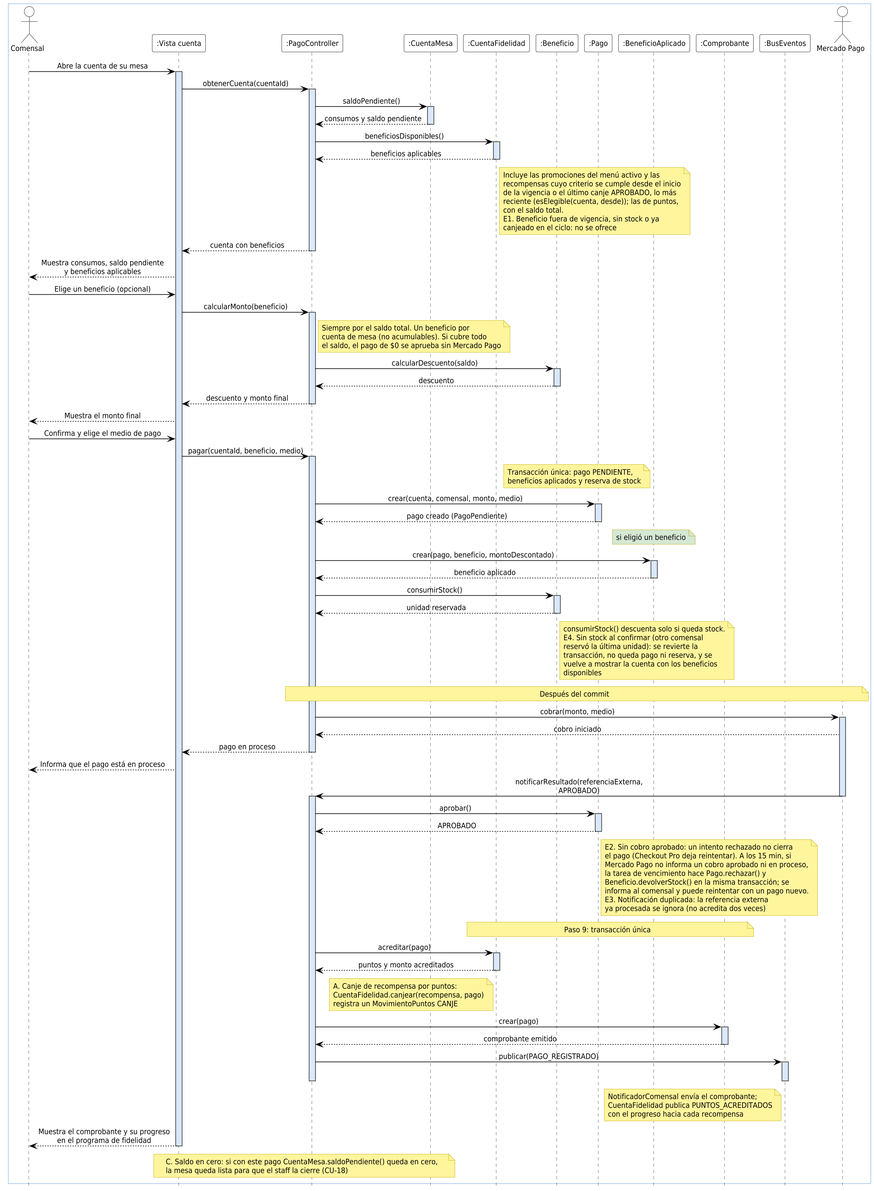
Before: docs/modelos/secuencia/CU-06-pagar-cuenta/v1/cu-06-secuencia-v1.png, a diagram exported from PlantUML (GabrielLigresti/TFG-PGIM).
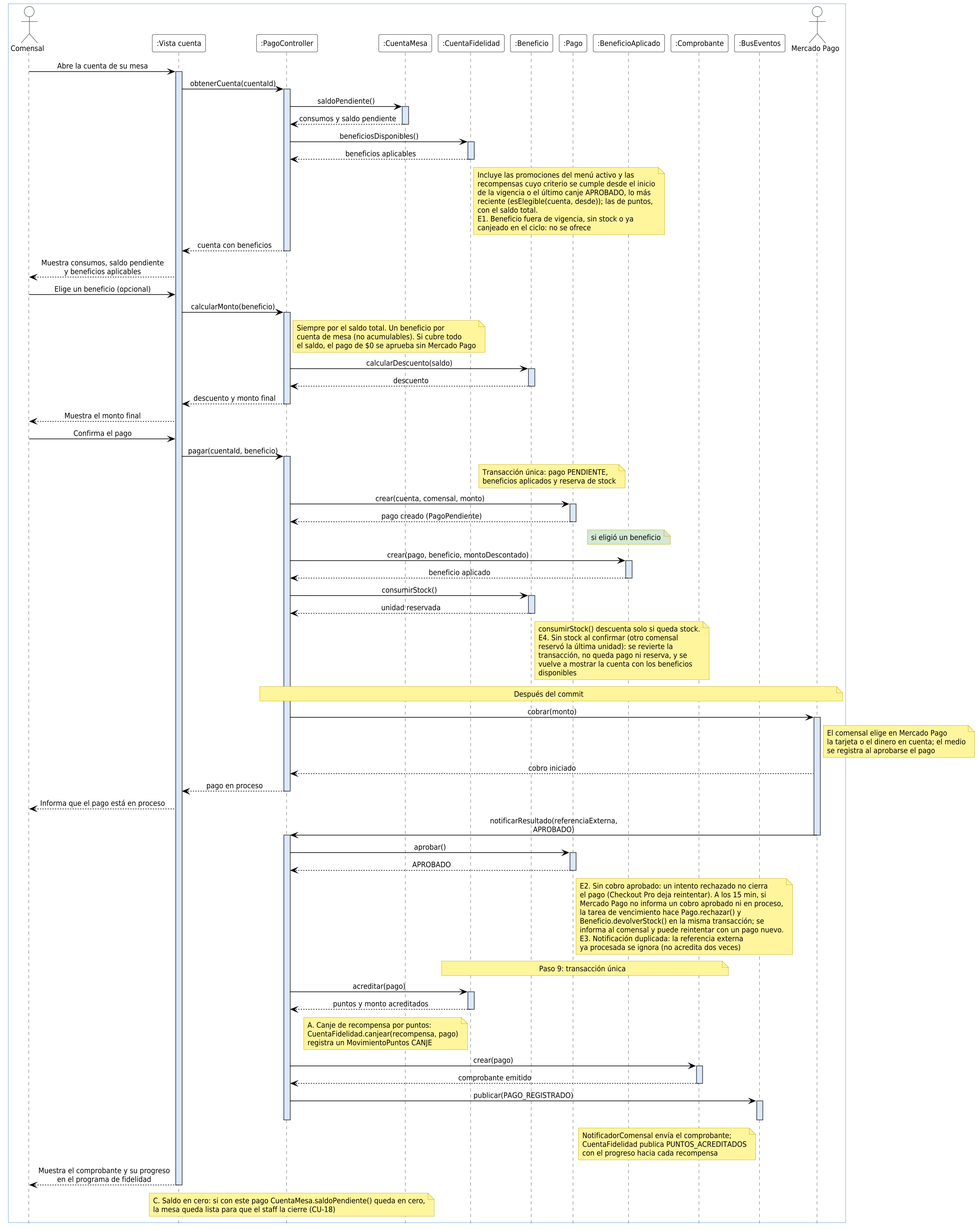
The same file after the commit.

The edit, as a diff of the source:
```diff
@@ -69,11 +69,11 @@
 deactivate PGC
 V --> C : Muestra el monto final
 
-C -> V : Confirma y elige el medio de pago
-V -> PGC : pagar(cuentaId, beneficio, medio)
+C -> V : Confirma el pago
+V -> PGC : pagar(cuentaId, beneficio)
 activate PGC
 note over P, B : Transacción única: pago PENDIENTE,\nbeneficios aplicados y reserva de stock
-PGC -> P : crear(cuenta, comensal, monto, medio)
+PGC -> P : crear(cuenta, comensal, monto)
 activate P
 P --> PGC : pago creado (PagoPendiente)
 deactivate P
@@ -88,7 +88,8 @@
 deactivate B
 note right of B : consumirStock() descuenta solo si queda stock.\nE4. Sin stock al confirmar (otro comensal\nreservó la última unidad): se revierte la\ntransacción, no queda pago ni reserva, y se\nvuelve a mostrar la cuenta con los beneficios\ndisponibles
 note over PGC, MP : Después del commit
-PGC -> MP : cobrar(monto, medio)
+PGC -> MP : cobrar(monto)
+note right of MP : El comensal elige en Mercado Pago\nla tarjeta o el dinero en cuenta; el medio\nse registra al aprobarse el pago
 activate MP
 MP --> PGC : cobro iniciado
 PGC --> V : pago en proceso
```
